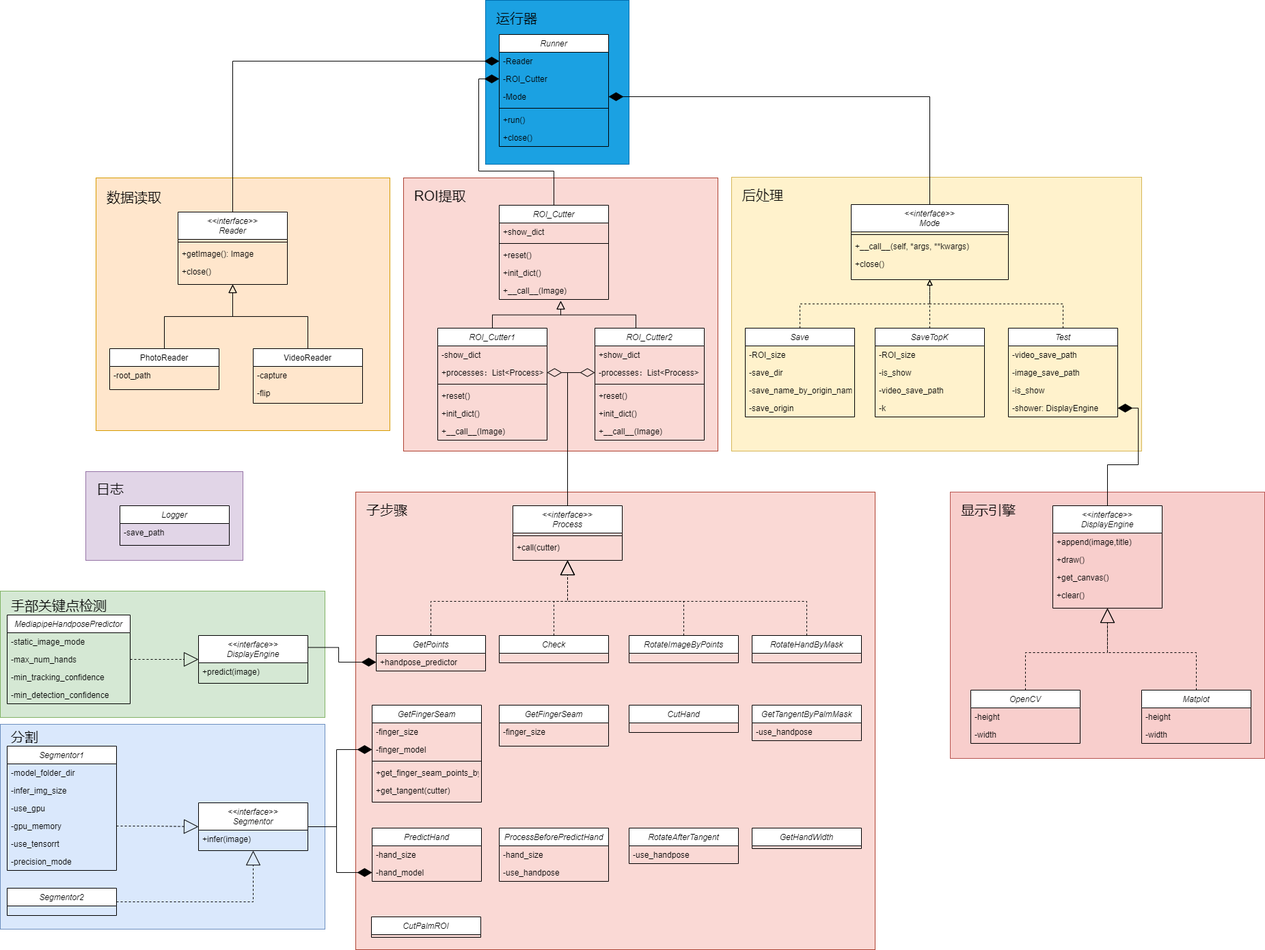
Earlier version of the draw.io export 掌纹ROI提取类图.drawio.png (AlwaysGemini/Image). Source tidied: cells renumbered, new cells last; positions are measured from the earlier drawing's top-left corner, leaving out a move shared by most shapes.
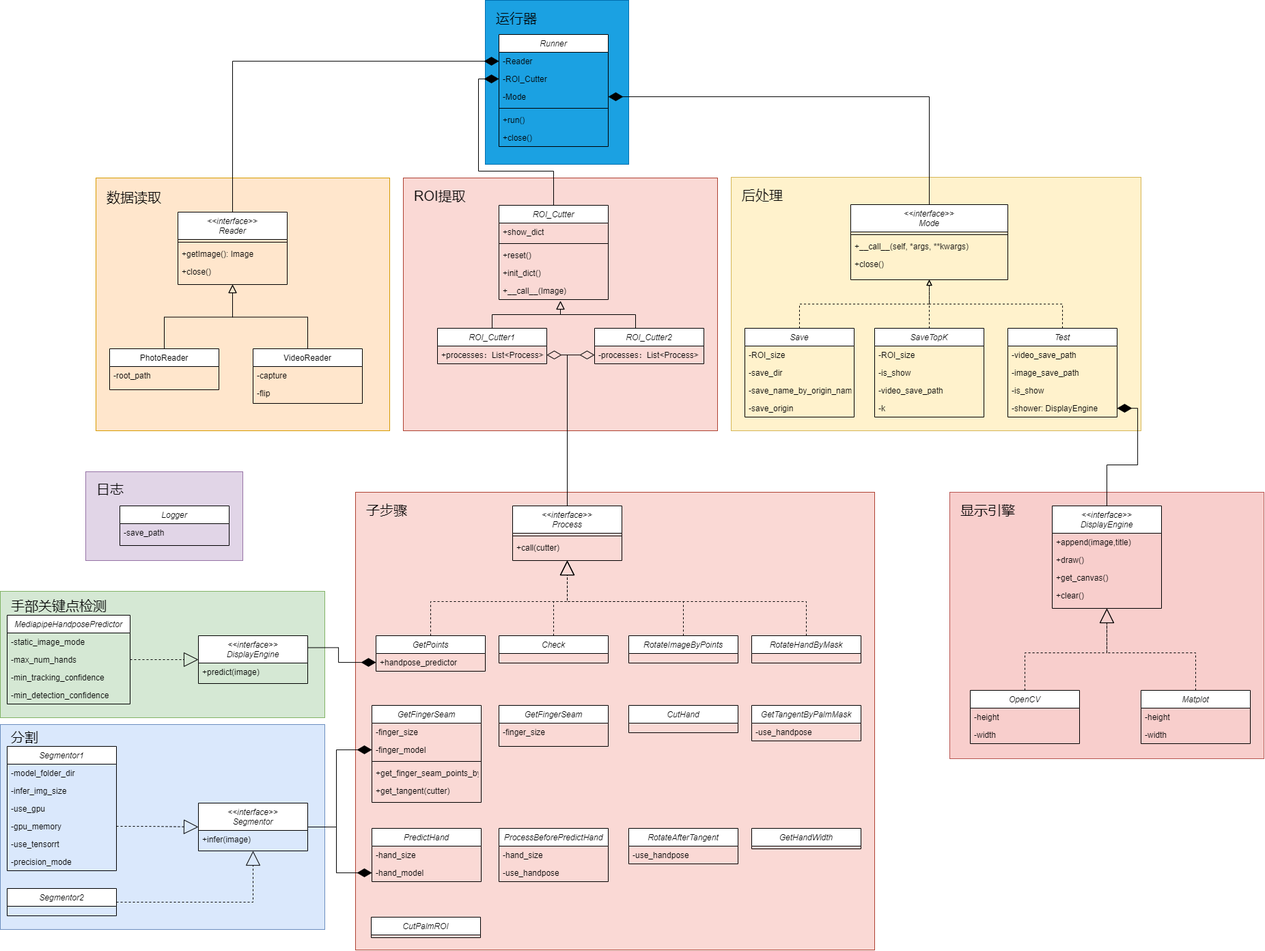
After the change.

Commit message:
更新掌纹ROI提取类图.drawio.png

What changed in the source:
```diff
@@ -6,7 +6,7 @@
       <mxGeometry x="520" y="720" width="760" height="670" as="geometry" />
     </mxCell>
     <mxCell id="3" style="rounded=0;whiteSpace=wrap;html=1;fillColor=#fad9d5;strokeColor=#ae4132;" parent="1" vertex="1">
-      <mxGeometry x="590" y="260" width="460" height="400" as="geometry" />
+      <mxGeometry x="590" y="260" width="460" height="370" as="geometry" />
     </mxCell>
     <mxCell id="4" style="rounded=0;whiteSpace=wrap;html=1;fillColor=#1ba1e2;strokeColor=#006EAF;fontColor=#ffffff;" parent="1" vertex="1">
       <mxGeometry x="710" width="210" height="240" as="geometry" />
@@ -18,7 +18,7 @@
       <mxGeometry x="1390" y="720" width="460" height="390" as="geometry" />
     </mxCell>
     <mxCell id="7" style="rounded=0;whiteSpace=wrap;html=1;fillColor=#fff2cc;strokeColor=#d6b656;" parent="1" vertex="1">
-      <mxGeometry x="1070" y="259" width="600" height="401" as="geometry" />
+      <mxGeometry x="1070" y="259" width="600" height="371" as="geometry" />
     </mxCell>
     <mxCell id="8" style="rounded=0;whiteSpace=wrap;html=1;fillColor=#ffe6cc;strokeColor=#d79b00;" parent="1" vertex="1">
       <mxGeometry x="140" y="260" width="430" height="370" as="geometry" />
@@ -174,47 +174,17 @@
       <mxGeometry y="104" width="160" height="26" as="geometry" />
     </mxCell>
     <mxCell id="59" value="ROI_Cutter1" style="swimlane;fontStyle=2;align=center;verticalAlign=top;horizontal=1;startSize=26;rounded=0;shadow=0;strokeWidth=1;" parent="1" vertex="1">
-      <mxGeometry x="640" y="480" width="160" height="164" as="geometry" />
+      <mxGeometry x="640" y="480" width="160" height="52" as="geometry" />
     </mxCell>
-    <mxCell id="60" value="-show_dict" style="text;align=left;verticalAlign=top;spacingLeft=4;spacingRight=4;overflow=hidden;rounded=0;" parent="59" vertex="1">
-      <mxGeometry y="26" width="160" height="26" as="geometry" />
-    </mxCell>
     <mxCell id="61" value="+processes：List&lt;Process&gt;" style="text;align=left;verticalAlign=top;spacingLeft=4;spacingRight=4;overflow=hidden;points=[[0,0.5],[1,0.5]];portConstraint=eastwest;rounded=0;" parent="59" vertex="1">
-      <mxGeometry y="52" width="160" height="26" as="geometry" />
+      <mxGeometry y="26" width="160" height="26" as="geometry" />
     </mxCell>
-    <mxCell id="62" style="line;html=1;strokeWidth=1;align=left;verticalAlign=middle;spacingTop=-1;spacingLeft=3;spacingRight=3;labelPosition=right;rounded=0;" parent="59" vertex="1">
-      <mxGeometry y="78" width="160" height="8" as="geometry" />
-    </mxCell>
-    <mxCell id="63" value="+reset()&#10;" style="text;align=left;verticalAlign=top;spacingLeft=4;spacingRight=4;overflow=hidden;rounded=0;" parent="59" vertex="1">
-      <mxGeometry y="86" width="160" height="26" as="geometry" />
-    </mxCell>
-    <mxCell id="64" value="+init_dict()&#10;" style="text;align=left;verticalAlign=top;spacingLeft=4;spacingRight=4;overflow=hidden;rounded=0;" parent="59" vertex="1">
-      <mxGeometry y="112" width="160" height="26" as="geometry" />
-    </mxCell>
-    <mxCell id="65" value="+__call__(Image)" style="text;align=left;verticalAlign=top;spacingLeft=4;spacingRight=4;overflow=hidden;rounded=0;" parent="59" vertex="1">
-      <mxGeometry y="138" width="160" height="26" as="geometry" />
-    </mxCell>
     <mxCell id="66" value="ROI_Cutter2" style="swimlane;fontStyle=2;align=center;verticalAlign=top;horizontal=1;startSize=26;rounded=0;shadow=0;strokeWidth=1;" parent="1" vertex="1">
-      <mxGeometry x="870" y="480" width="160" height="164" as="geometry" />
+      <mxGeometry x="870" y="480" width="160" height="52" as="geometry" />
     </mxCell>
-    <mxCell id="67" value="+show_dict" style="text;align=left;verticalAlign=top;spacingLeft=4;spacingRight=4;overflow=hidden;rounded=0;" parent="66" vertex="1">
-      <mxGeometry y="26" width="160" height="26" as="geometry" />
-    </mxCell>
     <mxCell id="68" value="-processes：List&lt;Process&gt;" style="text;align=left;verticalAlign=top;spacingLeft=4;spacingRight=4;overflow=hidden;points=[[0,0.5],[1,0.5]];portConstraint=eastwest;rounded=0;" parent="66" vertex="1">
-      <mxGeometry y="52" width="160" height="26" as="geometry" />
+      <mxGeometry y="26" width="160" height="26" as="geometry" />
     </mxCell>
-    <mxCell id="69" style="line;html=1;strokeWidth=1;align=left;verticalAlign=middle;spacingTop=-1;spacingLeft=3;spacingRight=3;labelPosition=right;rounded=0;" parent="66" vertex="1">
-      <mxGeometry y="78" width="160" height="8" as="geometry" />
-    </mxCell>
-    <mxCell id="70" value="+reset()&#10;" style="text;align=left;verticalAlign=top;spacingLeft=4;spacingRight=4;overflow=hidden;rounded=0;" parent="66" vertex="1">
-      <mxGeometry y="86" width="160" height="26" as="geometry" />
-    </mxCell>
-    <mxCell id="71" value="+init_dict()&#10;" style="text;align=left;verticalAlign=top;spacingLeft=4;spacingRight=4;overflow=hidden;rounded=0;" parent="66" vertex="1">
-      <mxGeometry y="112" width="160" height="26" as="geometry" />
-    </mxCell>
-    <mxCell id="72" value="+__call__(Image)" style="text;align=left;verticalAlign=top;spacingLeft=4;spacingRight=4;overflow=hidden;rounded=0;" parent="66" vertex="1">
-      <mxGeometry y="138" width="160" height="26" as="geometry" />
-    </mxCell>
     <mxCell id="73" style="endArrow=block;endSize=10;endFill=0;shadow=0;strokeWidth=1;rounded=0;edgeStyle=elbowEdgeStyle;elbow=vertical;exitX=0.5;exitY=0;exitDx=0;exitDy=0;" parent="1" edge="1" source="59">
       <mxGeometry relative="1" as="geometry">
         <mxPoint x="820" y="440" as="targetPoint" />
```
